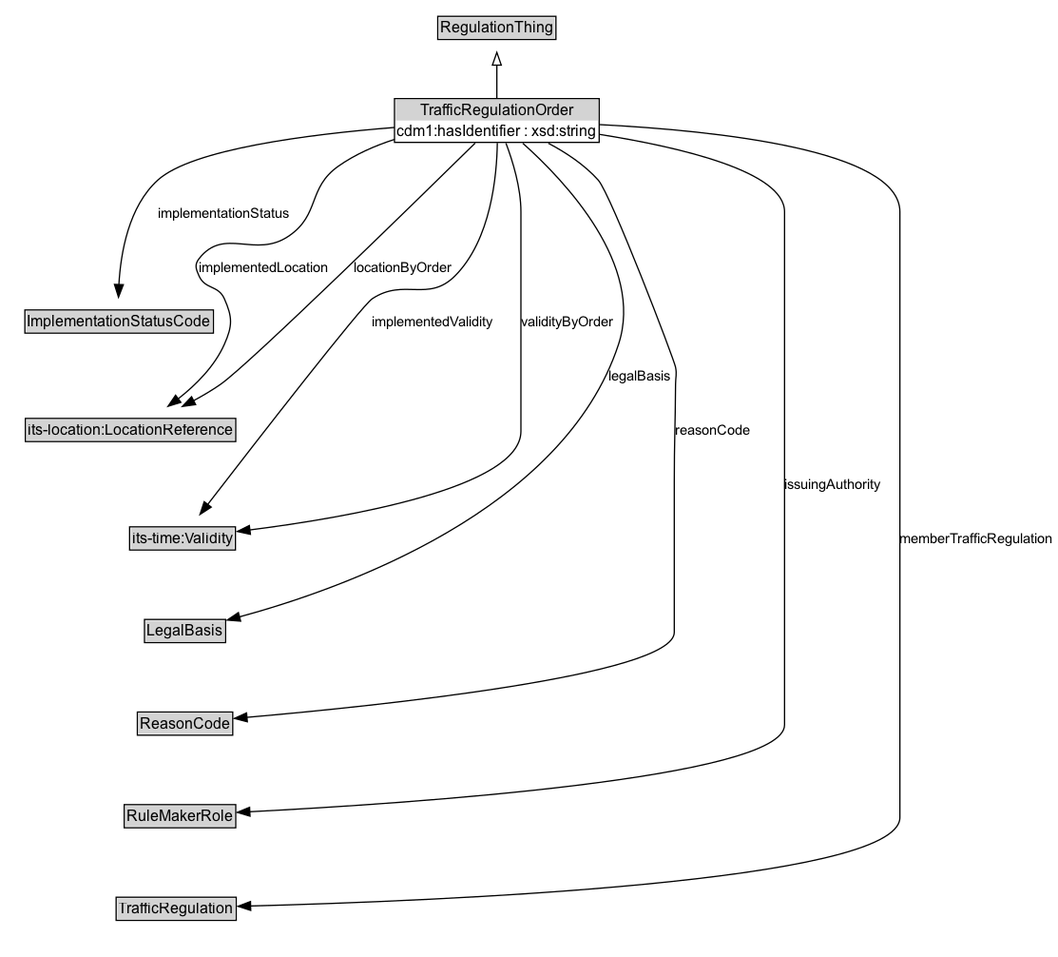
Above: docs/diagrams/TrafficRegulationOrder.dot.png in k-vaughn/ontology-its-regulation (Graphviz), before the change. Its source is kept beside it as docs/diagrams/TrafficRegulationOrder.dot.
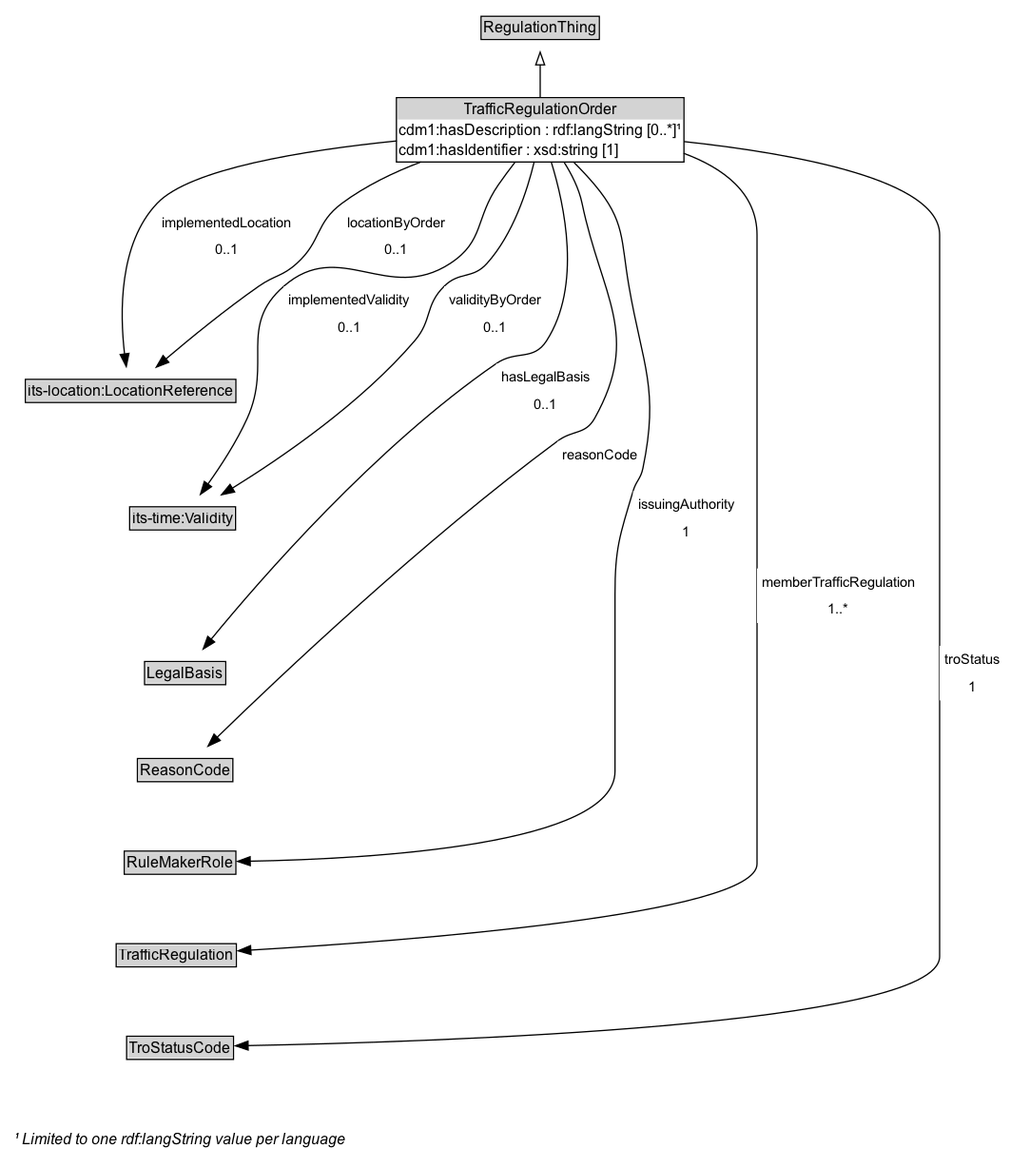
Above is the later version.

What changed in the source:
```diff
@@ -6,44 +6,46 @@
 		rank=source
 		RegulationThing [label=<<TABLE BORDER="1" CELLBORDER="0" CELLSPACING="0" CELLPADDING="1"><TR><TD BGCOLOR="lightgray" ALIGN="CENTER">RegulationThing</TD></TR></TABLE>> URL="../RegulationThing" margin=0]
 	}
-	TrafficRegulationOrder [label=<<TABLE BORDER="1" CELLBORDER="0" CELLSPACING="0" CELLPADDING="1"><TR><TD BGCOLOR="lightgray" ALIGN="CENTER">TrafficRegulationOrder</TD></TR><TR><TD ALIGN="LEFT">cdm1:hasIdentifier : xsd:string</TD></TR></TABLE>> URL="../TrafficRegulationOrder" margin=0]
+	TrafficRegulationOrder [label=<<TABLE BORDER="1" CELLBORDER="0" CELLSPACING="0" CELLPADDING="1"><TR><TD BGCOLOR="lightgray" ALIGN="CENTER">TrafficRegulationOrder</TD></TR><TR><TD ALIGN="LEFT">cdm1:hasDescription : rdf:langString [0..*]¹</TD></TR><TR><TD ALIGN="LEFT">cdm1:hasIdentifier : xsd:string [1]</TD></TR></TABLE>> URL="../TrafficRegulationOrder" margin=0]
 	{
 		rank=max
 	}
 	subgraph cluster_associated {
 		label="" style=invis
 		Invis [label=<<TABLE BORDER="0" CELLBORDER="0" CELLSPACING="0" CELLPADDING="1"><TR><TD></TD></TR></TABLE>> margin=0 style=invis]
-		ImplementationStatusCode [label=<<TABLE BORDER="1" CELLBORDER="0" CELLSPACING="0" CELLPADDING="1"><TR><TD BGCOLOR="lightgray" ALIGN="CENTER">ImplementationStatusCode</TD></TR></TABLE>> URL="../ImplementationStatusCode" margin=0]
 		"its-location_LocationReference" [label=<<TABLE BORDER="1" CELLBORDER="0" CELLSPACING="0" CELLPADDING="1"><TR><TD BGCOLOR="lightgray" ALIGN="CENTER">its-location:LocationReference</TD></TR></TABLE>> URL="https://w3id.org/itsdata/location/v1/LocationReference" margin=0]
 		"its-time_Validity" [label=<<TABLE BORDER="1" CELLBORDER="0" CELLSPACING="0" CELLPADDING="1"><TR><TD BGCOLOR="lightgray" ALIGN="CENTER">its-time:Validity</TD></TR></TABLE>> URL="https://w3id.org/itsdata/time/v1/Validity" margin=0]
 		LegalBasis [label=<<TABLE BORDER="1" CELLBORDER="0" CELLSPACING="0" CELLPADDING="1"><TR><TD BGCOLOR="lightgray" ALIGN="CENTER">LegalBasis</TD></TR></TABLE>> URL="../LegalBasis" margin=0]
 		ReasonCode [label=<<TABLE BORDER="1" CELLBORDER="0" CELLSPACING="0" CELLPADDING="1"><TR><TD BGCOLOR="lightgray" ALIGN="CENTER">ReasonCode</TD></TR></TABLE>> URL="../ReasonCode" margin=0]
 		RuleMakerRole [label=<<TABLE BORDER="1" CELLBORDER="0" CELLSPACING="0" CELLPADDING="1"><TR><TD BGCOLOR="lightgray" ALIGN="CENTER">RuleMakerRole</TD></TR></TABLE>> URL="../RuleMakerRole" margin=0]
 		TrafficRegulation [label=<<TABLE BORDER="1" CELLBORDER="0" CELLSPACING="0" CELLPADDING="1"><TR><TD BGCOLOR="lightgray" ALIGN="CENTER">TrafficRegulation</TD></TR></TABLE>> URL="../TrafficRegulation" margin=0]
+		TroStatusCode [label=<<TABLE BORDER="1" CELLBORDER="0" CELLSPACING="0" CELLPADDING="1"><TR><TD BGCOLOR="lightgray" ALIGN="CENTER">TroStatusCode</TD></TR></TABLE>> URL="../TroStatusCode" margin=0]
 	}
 	TrafficRegulationOrder -> RegulationThing [arrowhead=onormal style=solid]
 	TrafficRegulationOrder -> Invis [style=invis]
-	Invis -> ImplementationStatusCode [style=invis]
-	ImplementationStatusCode -> "its-location_LocationReference" [style=invis]
+	Invis -> "its-location_LocationReference" [style=invis]
 	"its-location_LocationReference" -> "its-time_Validity" [style=invis]
 	"its-time_Validity" -> LegalBasis [style=invis]
 	LegalBasis -> ReasonCode [style=invis]
 	ReasonCode -> RuleMakerRole [style=invis]
 	RuleMakerRole -> TrafficRegulation [style=invis]
+	TrafficRegulation -> TroStatusCode [style=invis]
+	TrafficRegulation [label=<<TABLE BORDER="1" CELLBORDER="0" CELLSPACING="0" CELLPADDING="1"><TR><TD BGCOLOR="lightgray" ALIGN="CENTER">TrafficRegulation</TD></TR></TABLE>> URL="../TrafficRegulation" margin=0]
+	TrafficRegulationOrder -> TrafficRegulation [label=<<TABLE BORDER="0" CELLBORDER="0" CELLSPACING="0" CELLPADDING="4" BGCOLOR="white"><TR><TD ALIGN="CENTER">memberTrafficRegulation</TD></TR><TR><TD ALIGN="CENTER">1..*</TD></TR></TABLE>> arrowhead=normal style=solid]
 	RuleMakerRole [label=<<TABLE BORDER="1" CELLBORDER="0" CELLSPACING="0" CELLPADDING="1"><TR><TD BGCOLOR="lightgray" ALIGN="CENTER">RuleMakerRole</TD></TR></TABLE>> URL="../RuleMakerRole" margin=0]
-	TrafficRegulationOrder -> RuleMakerRole [label=issuingAuthority arrowhead=normal style=solid]
+	TrafficRegulationOrder -> RuleMakerRole [label=<<TABLE BORDER="0" CELLBORDER="0" CELLSPACING="0" CELLPADDING="4" BGCOLOR="white"><TR><TD ALIGN="CENTER">issuingAuthority</TD></TR><TR><TD ALIGN="CENTER">1</TD></TR></TABLE>> arrowhead=normal style=solid]
 	ReasonCode [label=<<TABLE BORDER="1" CELLBORDER="0" CELLSPACING="0" CELLPADDING="1"><TR><TD BGCOLOR="lightgray" ALIGN="CENTER">ReasonCode</TD></TR></TABLE>> URL="../ReasonCode" margin=0]
-	TrafficRegulationOrder -> ReasonCode [label=reasonCode arrowhead=normal style=solid]
-	ImplementationStatusCode [label=<<TABLE BORDER="1" CELLBORDER="0" CELLSPACING="0" CELLPADDING="1"><TR><TD BGCOLOR="lightgray" ALIGN="CENTER">ImplementationStatusCode</TD></TR></TABLE>> URL="../ImplementationStatusCode" margin=0]
-	TrafficRegulationOrder -> ImplementationStatusCode [label=implementationStatus arrowhead=normal style=solid]
+	TrafficRegulationOrder -> ReasonCode [label=<<TABLE BORDER="0" CELLBORDER="0" CELLSPACING="0" CELLPADDING="4" BGCOLOR="white"><TR><TD ALIGN="CENTER">reasonCode</TD></TR></TABLE>> arrowhead=normal style=solid]
+	TroStatusCode [label=<<TABLE BORDER="1" CELLBORDER="0" CELLSPACING="0" CELLPADDING="1"><TR><TD BGCOLOR="lightgray" ALIGN="CENTER">TroStatusCode</TD></TR></TABLE>> URL="../TroStatusCode" margin=0]
+	TrafficRegulationOrder -> TroStatusCode [label=<<TABLE BORDER="0" CELLBORDER="0" CELLSPACING="0" CELLPADDING="4" BGCOLOR="white"><TR><TD ALIGN="CENTER">troStatus</TD></TR><TR><TD ALIGN="CENTER">1</TD></TR></TABLE>> arrowhead=normal style=solid]
 	LegalBasis [label=<<TABLE BORDER="1" CELLBORDER="0" CELLSPACING="0" CELLPADDING="1"><TR><TD BGCOLOR="lightgray" ALIGN="CENTER">LegalBasis</TD></TR></TABLE>> URL="../LegalBasis" margin=0]
-	TrafficRegulationOrder -> LegalBasis [label=legalBasis arrowhead=normal style=solid]
+	TrafficRegulationOrder -> LegalBasis [label=<<TABLE BORDER="0" CELLBORDER="0" CELLSPACING="0" CELLPADDING="4" BGCOLOR="white"><TR><TD ALIGN="CENTER">hasLegalBasis</TD></TR><TR><TD ALIGN="CENTER">0..1</TD></TR></TABLE>> arrowhead=normal style=solid]
 	"its-location_LocationReference" [label=<<TABLE BORDER="1" CELLBORDER="0" CELLSPACING="0" CELLPADDING="1"><TR><TD BGCOLOR="lightgray" ALIGN="CENTER">its-location:LocationReference</TD></TR></TABLE>> URL="https://w3id.org/itsdata/location/v1/LocationReference" margin=0]
-	TrafficRegulationOrder -> "its-location_LocationReference" [label=implementedLocation arrowhead=normal style=solid]
-	TrafficRegulationOrder -> "its-location_LocationReference" [label=locationByOrder arrowhead=normal style=solid]
+	TrafficRegulationOrder -> "its-location_LocationReference" [label=<<TABLE BORDER="0" CELLBORDER="0" CELLSPACING="0" CELLPADDING="4" BGCOLOR="white"><TR><TD ALIGN="CENTER">implementedLocation</TD></TR><TR><TD ALIGN="CENTER">0..1</TD></TR></TABLE>> arrowhead=normal style=solid]
+	TrafficRegulationOrder -> "its-location_LocationReference" [label=<<TABLE BORDER="0" CELLBORDER="0" CELLSPACING="0" CELLPADDING="4" BGCOLOR="white"><TR><TD ALIGN="CENTER">locationByOrder</TD></TR><TR><TD ALIGN="CENTER">0..1</TD></TR></TABLE>> arrowhead=normal style=solid]
 	"its-time_Validity" [label=<<TABLE BORDER="1" CELLBORDER="0" CELLSPACING="0" CELLPADDING="1"><TR><TD BGCOLOR="lightgray" ALIGN="CENTER">its-time:Validity</TD></TR></TABLE>> URL="https://w3id.org/itsdata/time/v1/Validity" margin=0]
-	TrafficRegulationOrder -> "its-time_Validity" [label=implementedValidity arrowhead=normal style=solid]
-	TrafficRegulationOrder -> "its-time_Validity" [label=validityByOrder arrowhead=normal style=solid]
-	TrafficRegulation [label=<<TABLE BORDER="1" CELLBORDER="0" CELLSPACING="0" CELLPADDING="1"><TR><TD BGCOLOR="lightgray" ALIGN="CENTER">TrafficRegulation</TD></TR></TABLE>> URL="../TrafficRegulation" margin=0]
-	TrafficRegulationOrder -> TrafficRegulation [label=memberTrafficRegulation arrowhead=normal style=solid]
+	TrafficRegulationOrder -> "its-time_Validity" [label=<<TABLE BORDER="0" CELLBORDER="0" CELLSPACING="0" CELLPADDING="4" BGCOLOR="white"><TR><TD ALIGN="CENTER">implementedValidity</TD></TR><TR><TD ALIGN="CENTER">0..1</TD></TR></TABLE>> arrowhead=normal style=solid]
+	TrafficRegulationOrder -> "its-time_Validity" [label=<<TABLE BORDER="0" CELLBORDER="0" CELLSPACING="0" CELLPADDING="4" BGCOLOR="white"><TR><TD ALIGN="CENTER">validityByOrder</TD></TR><TR><TD ALIGN="CENTER">0..1</TD></TR></TABLE>> arrowhead=normal style=solid]
+	TrafficRegulationOrder_uniqueLang_note [label=<<TABLE BORDER="0" CELLBORDER="0" CELLSPACING="0" CELLPADDING="2"><TR><TD ALIGN="LEFT"><I>¹ Limited to one rdf:langString value per language</I></TD></TR></TABLE>> margin=0]
+	TroStatusCode -> TrafficRegulationOrder_uniqueLang_note [style=invis]
 }
```
